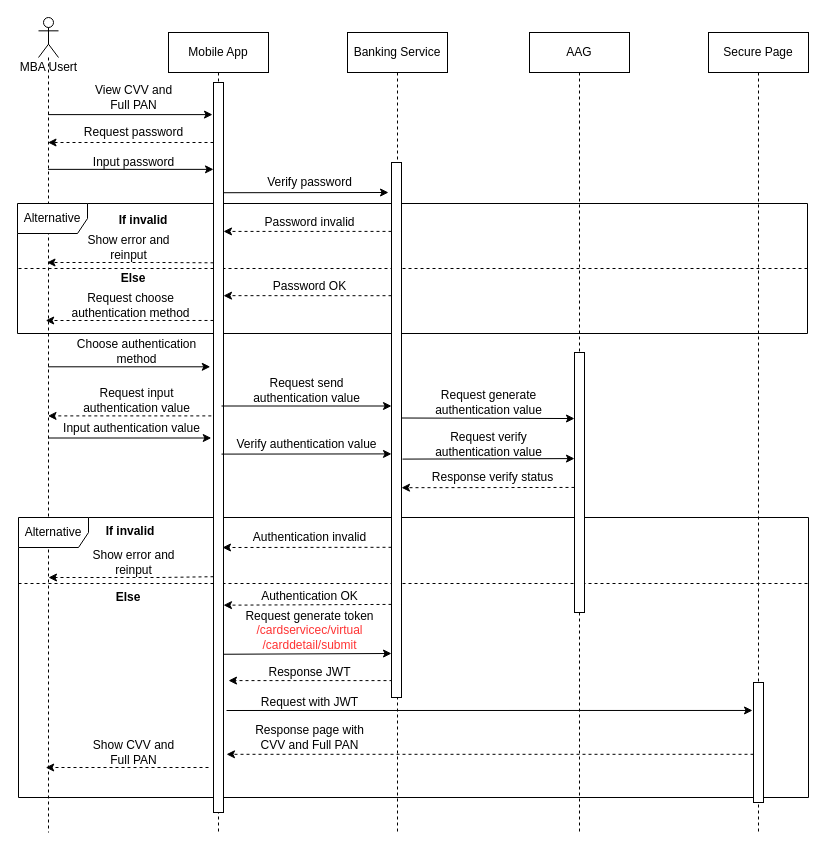
Above: page "View-card-details" (7 of 14) of Sequence Diagram.drawio in lyminh1994/diagram (draw.io), before the change. Source tidied: cells renumbered, new cells numbered last; positions are measured from the earlier drawing's top-left corner, leaving out a move shared by most shapes. Both pictures are drawn from the tidied source at 100%, with x=0, y=0 at pixel (17, 17).
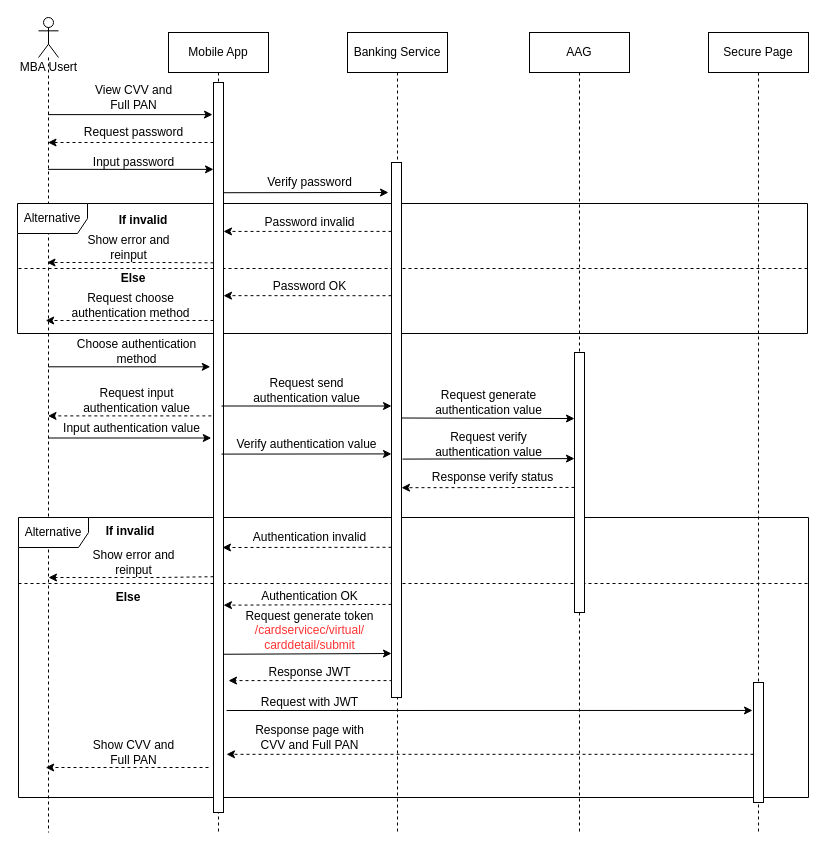
The same page after the edit.

Change to the diagram source:
```diff
@@
-    <mxCell id="23" value="Request generate token&lt;br&gt;&lt;font color=&quot;#ff3333&quot;&gt;/cardservicec/virtual&lt;br&gt;/carddetail/submit&lt;/font&gt;" style="text;html=1;align=center;verticalAlign=middle;strokeColor=none;" parent="1" vertex="1">
+    <mxCell id="23" value="Request generate token&lt;br&gt;&lt;font color=&quot;#ff3333&quot;&gt;/cardservicec/virtual/&lt;br&gt;carddetail/submit&lt;/font&gt;" style="text;html=1;align=center;verticalAlign=middle;strokeColor=none;" parent="1" vertex="1">
       <mxGeometry x="222" y="588" width="140" height="50" as="geometry" />
     </mxCell>
```
